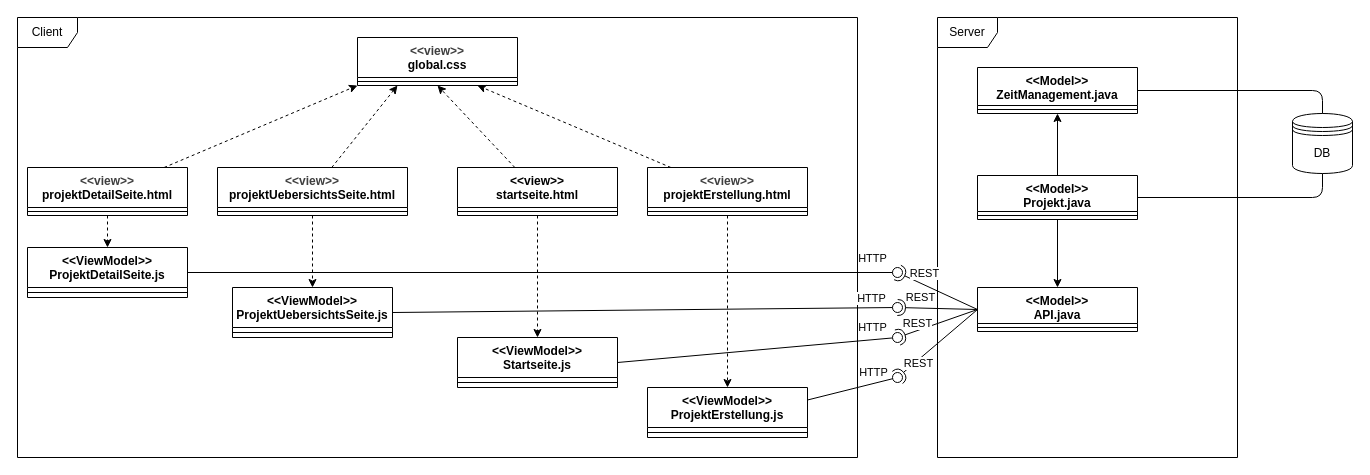
This is Praktikum 3/ArtefaktDiagram.dio from Weltenschlange/WebDev, a draw.io file, before an edit. Source tidied: cells renumbered, new cells numbered last; positions are measured from the earlier drawing's top-left corner, leaving out a move shared by most shapes. Both pictures are drawn from the tidied source at 100%, with x=0, y=0 at pixel (17, 17).
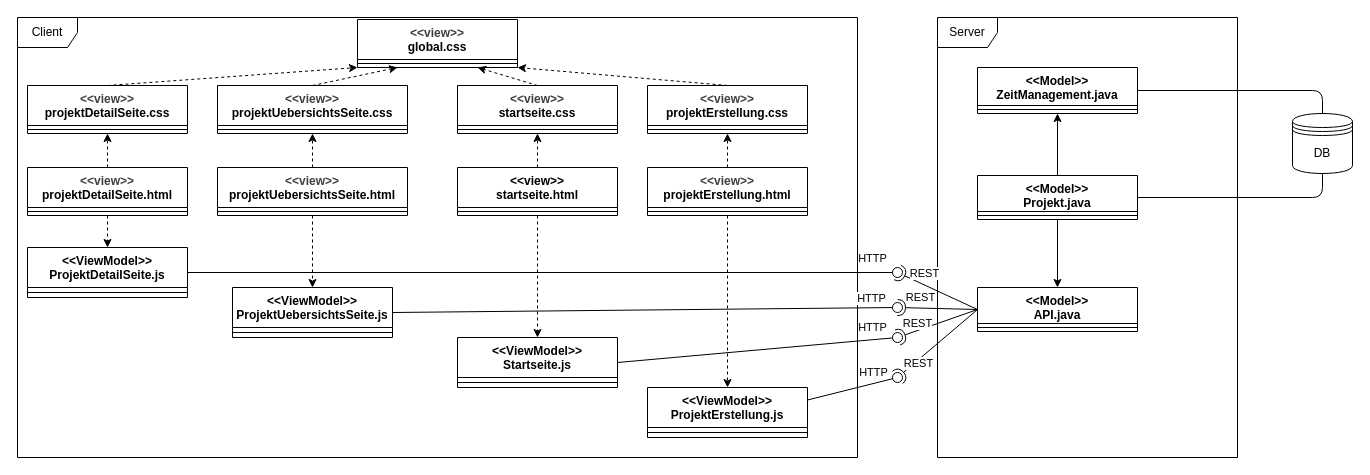
Above is the later version.

Unchanged cells that the change refers to:
```xml
<mxCell id="6" value="&lt;div style=&quot;color: rgb(63, 63, 63); scrollbar-color: rgb(226, 226, 226) rgb(251, 251, 251);&quot;&gt;&amp;lt;&amp;lt;view&amp;gt;&amp;gt;&lt;/div&gt;&lt;span style=&quot;color: rgb(0, 0, 0);&quot;&gt;&lt;/span&gt;projektUebersichtsSeite.html" style="swimlane;fontStyle=1;align=center;verticalAlign=top;horizontal=1;startSize=40;whiteSpace=wrap;html=1;" parent="1" vertex="1">
  <mxGeometry x="200" y="150" width="190" height="48" as="geometry" />
</mxCell>
<mxCell id="15" value="&lt;div&gt;&amp;lt;&amp;lt;view&amp;gt;&amp;gt;&lt;/div&gt;startseite.html" style="swimlane;fontStyle=1;align=center;verticalAlign=top;horizontal=1;startSize=40;whiteSpace=wrap;html=1;" parent="1" vertex="1">
  <mxGeometry x="440" y="150" width="160" height="48" as="geometry" />
</mxCell>
<mxCell id="19" value="&lt;div style=&quot;color: rgb(63, 63, 63); scrollbar-color: rgb(226, 226, 226) rgb(251, 251, 251);&quot;&gt;&amp;lt;&amp;lt;view&amp;gt;&amp;gt;&lt;/div&gt;&lt;span style=&quot;color: rgb(0, 0, 0);&quot;&gt;&lt;/span&gt;projektDetailSeite.html" style="swimlane;fontStyle=1;align=center;verticalAlign=top;horizontal=1;startSize=40;whiteSpace=wrap;html=1;" parent="1" vertex="1">
  <mxGeometry x="10" y="150" width="160" height="48" as="geometry" />
</mxCell>
<mxCell id="23" value="&lt;div style=&quot;color: rgb(63, 63, 63); scrollbar-color: rgb(226, 226, 226) rgb(251, 251, 251);&quot;&gt;&amp;lt;&amp;lt;view&amp;gt;&amp;gt;&lt;/div&gt;&lt;span style=&quot;color: rgb(0, 0, 0);&quot;&gt;&lt;/span&gt;projektErstellung.html" style="swimlane;fontStyle=1;align=center;verticalAlign=top;horizontal=1;startSize=40;whiteSpace=wrap;html=1;" parent="1" vertex="1">
  <mxGeometry x="630" y="150" width="160" height="48" as="geometry" />
</mxCell>
```

The edit, as a diff of the source:
```diff
@@
     <mxCell id="2" value="&lt;div style=&quot;color: rgb(63, 63, 63); scrollbar-color: rgb(226, 226, 226) rgb(251, 251, 251);&quot;&gt;&amp;lt;&amp;lt;view&amp;gt;&amp;gt;&lt;/div&gt;&lt;span style=&quot;color: rgb(0, 0, 0);&quot;&gt;&lt;/span&gt;global.css" style="swimlane;fontStyle=1;align=center;verticalAlign=top;horizontal=1;startSize=40;whiteSpace=wrap;html=1;" parent="1" vertex="1">
-      <mxGeometry x="340" y="20" width="160" height="48" as="geometry" />
+      <mxGeometry x="340" y="2" width="160" height="48" as="geometry" />
     </mxCell>
@@
-    <mxCell id="4" style="edgeStyle=none;html=1;entryX=0.25;entryY=1;entryDx=0;entryDy=0;dashed=1;" parent="1" edge="1" source="6" target="2">
+    <mxCell id="4" style="edgeStyle=none;html=1;entryX=0.5;entryY=1;entryDx=0;entryDy=0;dashed=1;" parent="1" edge="1" source="6" target="63">
       <mxGeometry relative="1" as="geometry" />
     </mxCell>
@@
-    <mxCell id="13" style="edgeStyle=none;html=1;entryX=0.5;entryY=1;entryDx=0;entryDy=0;dashed=1;" parent="1" edge="1" source="15" target="2">
+    <mxCell id="13" style="edgeStyle=none;html=1;entryX=0.5;entryY=1;entryDx=0;entryDy=0;dashed=1;" parent="1" edge="1" source="15" target="65">
       <mxGeometry relative="1" as="geometry" />
     </mxCell>
@@
-    <mxCell id="17" style="edgeStyle=none;html=1;entryX=0;entryY=1;entryDx=0;entryDy=0;dashed=1;" parent="1" edge="1" source="19" target="2">
+    <mxCell id="17" style="edgeStyle=none;html=1;entryX=0.5;entryY=1;entryDx=0;entryDy=0;dashed=1;" parent="1" edge="1" source="19" target="61">
       <mxGeometry relative="1" as="geometry" />
     </mxCell>
@@
-    <mxCell id="21" style="edgeStyle=none;html=1;entryX=0.75;entryY=1;entryDx=0;entryDy=0;dashed=1;" parent="1" edge="1" source="23" target="2">
+    <mxCell id="21" style="edgeStyle=none;html=1;entryX=0.5;entryY=1;entryDx=0;entryDy=0;dashed=1;" parent="1" edge="1" source="23" target="67">
       <mxGeometry relative="1" as="geometry" />
     </mxCell>
@@
+    <mxCell id="61" value="&lt;div style=&quot;color: rgb(63, 63, 63); scrollbar-color: rgb(226, 226, 226) rgb(251, 251, 251);&quot;&gt;&amp;lt;&amp;lt;view&amp;gt;&amp;gt;&lt;/div&gt;&lt;span style=&quot;color: rgb(0, 0, 0);&quot;&gt;&lt;/span&gt;projektDetailSeite.css" style="swimlane;fontStyle=1;align=center;verticalAlign=top;horizontal=1;startSize=40;whiteSpace=wrap;html=1;" parent="1" vertex="1">
+      <mxGeometry x="10" y="68" width="160" height="48" as="geometry" />
+    </mxCell>
+    <mxCell id="62" style="line;strokeWidth=1;fillColor=none;align=left;verticalAlign=middle;spacingTop=-1;spacingLeft=3;spacingRight=3;labelPosition=right;strokeColor=inherit;" parent="61" vertex="1">
+      <mxGeometry y="40" width="160" height="8" as="geometry" />
+    </mxCell>
+    <mxCell id="63" value="&lt;div style=&quot;color: rgb(63, 63, 63); scrollbar-color: rgb(226, 226, 226) rgb(251, 251, 251);&quot;&gt;&amp;lt;&amp;lt;view&amp;gt;&amp;gt;&lt;/div&gt;&lt;span style=&quot;color: rgb(0, 0, 0);&quot;&gt;&lt;/span&gt;projektUebersichtsSeite.css" style="swimlane;fontStyle=1;align=center;verticalAlign=top;horizontal=1;startSize=40;whiteSpace=wrap;html=1;" parent="1" vertex="1">
+      <mxGeometry x="200" y="68" width="190" height="48" as="geometry" />
+    </mxCell>
+    <mxCell id="64" style="line;strokeWidth=1;fillColor=none;align=left;verticalAlign=middle;spacingTop=-1;spacingLeft=3;spacingRight=3;labelPosition=right;strokeColor=inherit;" parent="63" vertex="1">
+      <mxGeometry y="40" width="190" height="8" as="geometry" />
+    </mxCell>
+    <mxCell id="65" value="&lt;div style=&quot;color: rgb(63, 63, 63); scrollbar-color: rgb(226, 226, 226) rgb(251, 251, 251);&quot;&gt;&amp;lt;&amp;lt;view&amp;gt;&amp;gt;&lt;/div&gt;&lt;span style=&quot;color: rgb(0, 0, 0);&quot;&gt;&lt;/span&gt;startseite.css" style="swimlane;fontStyle=1;align=center;verticalAlign=top;horizontal=1;startSize=40;whiteSpace=wrap;html=1;" parent="1" vertex="1">
+      <mxGeometry x="440" y="68" width="160" height="48" as="geometry" />
+    </mxCell>
+    <mxCell id="66" style="line;strokeWidth=1;fillColor=none;align=left;verticalAlign=middle;spacingTop=-1;spacingLeft=3;spacingRight=3;labelPosition=right;strokeColor=inherit;" parent="65" vertex="1">
+      <mxGeometry y="40" width="160" height="8" as="geometry" />
+    </mxCell>
+    <mxCell id="67" value="&lt;div style=&quot;color: rgb(63, 63, 63); scrollbar-color: rgb(226, 226, 226) rgb(251, 251, 251);&quot;&gt;&amp;lt;&amp;lt;view&amp;gt;&amp;gt;&lt;/div&gt;&lt;span style=&quot;color: rgb(0, 0, 0);&quot;&gt;&lt;/span&gt;projektErstellung.css" style="swimlane;fontStyle=1;align=center;verticalAlign=top;horizontal=1;startSize=40;whiteSpace=wrap;html=1;" parent="1" vertex="1">
+      <mxGeometry x="630" y="68" width="160" height="48" as="geometry" />
+    </mxCell>
+    <mxCell id="68" style="line;strokeWidth=1;fillColor=none;align=left;verticalAlign=middle;spacingTop=-1;spacingLeft=3;spacingRight=3;labelPosition=right;strokeColor=inherit;" parent="67" vertex="1">
+      <mxGeometry y="40" width="160" height="8" as="geometry" />
+    </mxCell>
+    <mxCell id="69" style="edgeStyle=none;html=1;entryX=0;entryY=1;entryDx=0;entryDy=0;dashed=1;exitX=0.5;exitY=0;exitDx=0;exitDy=0;" parent="1" edge="1" source="61" target="2">
+      <mxGeometry relative="1" as="geometry" />
+    </mxCell>
+    <mxCell id="70" style="edgeStyle=none;html=1;entryX=0.25;entryY=1;entryDx=0;entryDy=0;dashed=1;exitX=0.5;exitY=0;exitDx=0;exitDy=0;" parent="1" edge="1" source="63" target="2">
+      <mxGeometry relative="1" as="geometry" />
+    </mxCell>
+    <mxCell id="71" style="edgeStyle=none;html=1;entryX=0.75;entryY=1;entryDx=0;entryDy=0;dashed=1;exitX=0.5;exitY=0;exitDx=0;exitDy=0;" parent="1" edge="1" source="65" target="2">
+      <mxGeometry relative="1" as="geometry" />
+    </mxCell>
+    <mxCell id="72" style="edgeStyle=none;html=1;entryX=1;entryY=1;entryDx=0;entryDy=0;dashed=1;exitX=0.5;exitY=0;exitDx=0;exitDy=0;" parent="1" edge="1" source="67" target="2">
+      <mxGeometry relative="1" as="geometry" />
+    </mxCell>
```
